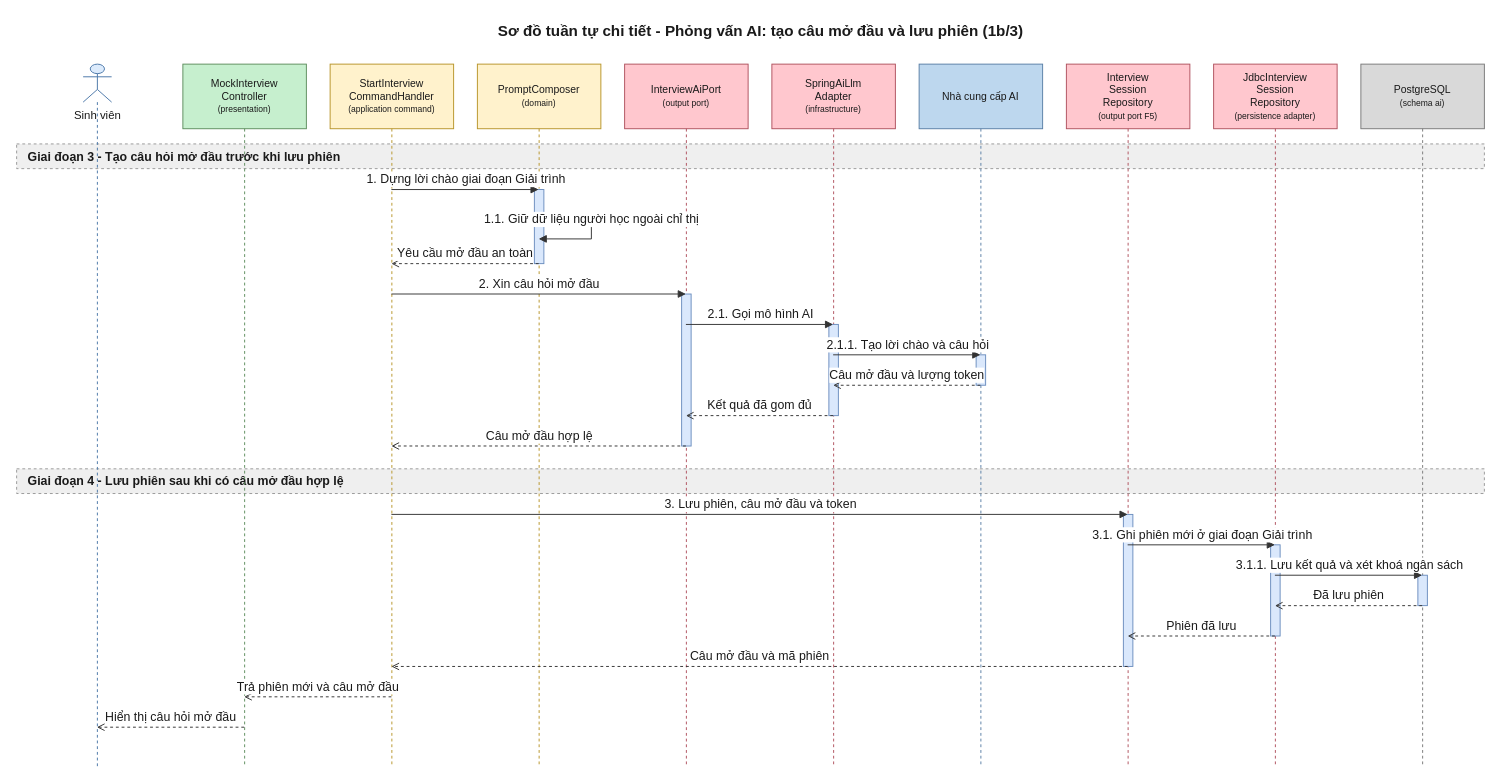
This is 08-diagram/sequence/user/sequence_user_phong_van_gia_lap_ai_p1b.drawio from daiphu1801/PRJ_ALGOPREP, a draw.io file, before an edit. Source tidied: cells renumbered, new cells numbered last; positions are measured from the earlier drawing's top-left corner, leaving out a move shared by most shapes. Both pictures are drawn from the tidied source at 95%, with x=0, y=0 at pixel (16, 16).
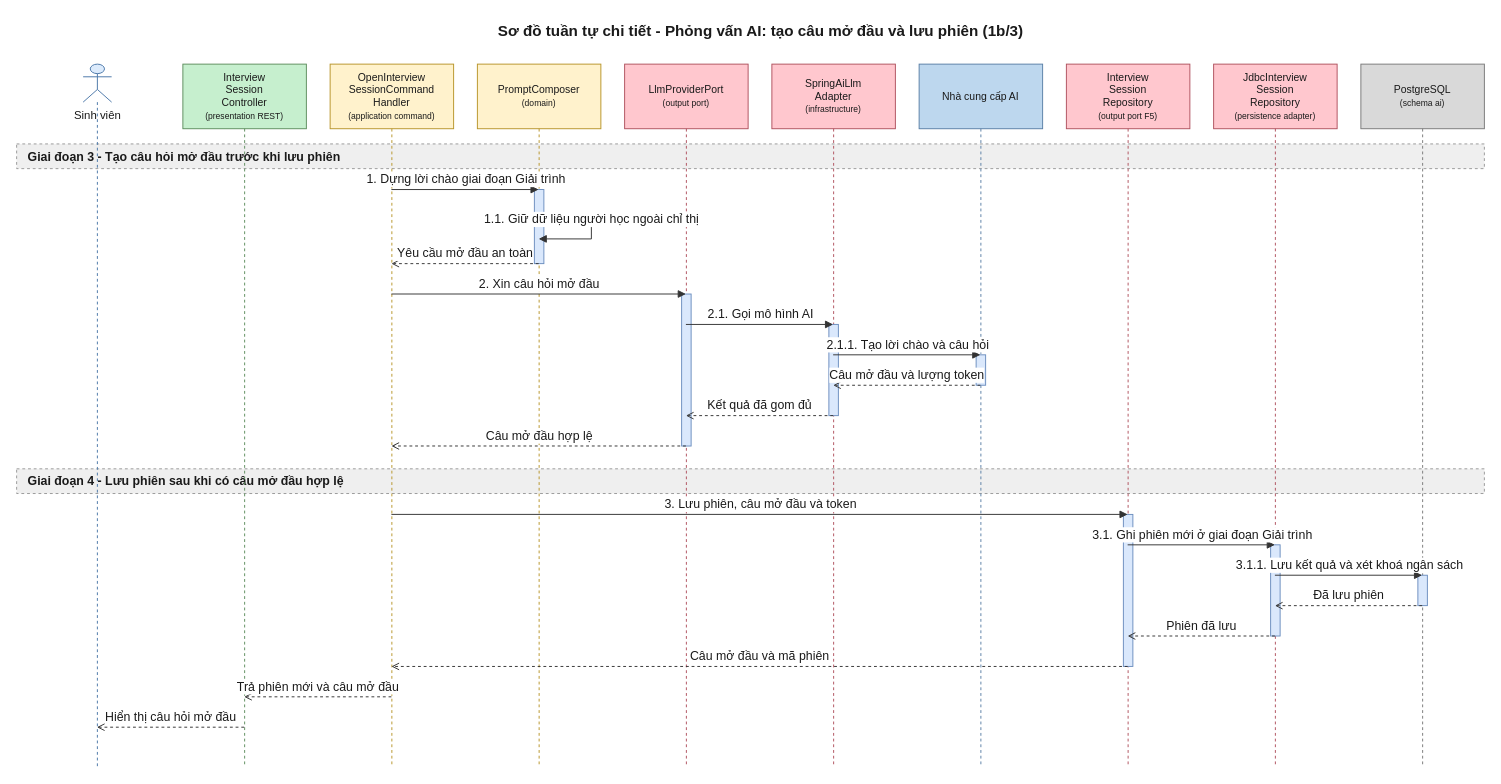
The same page after the edit.

What changed in the source:
```diff
@@
-    <mxCell id="6" value="MockInterview&lt;br&gt;Controller&lt;br&gt;&lt;font style=&quot;font-size:9px&quot;&gt;(presentation)&lt;/font&gt;" style="shape=umlLifeline;perimeter=lifelinePerimeter;whiteSpace=wrap;html=1;outlineConnect=0;size=68;fontSize=11;fillColor=#C6EFCE;strokeColor=#5E8E5E;fontColor=#1A1A1A;" parent="1" vertex="1">
+    <mxCell id="6" value="Interview&lt;br&gt;Session&lt;br&gt;Controller&lt;br&gt;&lt;font style=&quot;font-size:9px&quot;&gt;(presentation REST)&lt;/font&gt;" style="shape=umlLifeline;perimeter=lifelinePerimeter;whiteSpace=wrap;html=1;outlineConnect=0;size=68;fontSize=11;fillColor=#C6EFCE;strokeColor=#5E8E5E;fontColor=#1A1A1A;" parent="1" vertex="1">
       <mxGeometry x="175" y="50" width="130" height="740" as="geometry" />
     </mxCell>
-    <mxCell id="7" value="StartInterview&lt;br&gt;CommandHandler&lt;br&gt;&lt;font style=&quot;font-size:9px&quot;&gt;(application command)&lt;/font&gt;" style="shape=umlLifeline;perimeter=lifelinePerimeter;whiteSpace=wrap;html=1;outlineConnect=0;size=68;fontSize=11;fillColor=#FFF2CC;strokeColor=#B8952A;fontColor=#1A1A1A;" parent="1" vertex="1">
+    <mxCell id="7" value="OpenInterview&lt;br&gt;SessionCommand&lt;br&gt;Handler&lt;br&gt;&lt;font style=&quot;font-size:9px&quot;&gt;(application command)&lt;/font&gt;" style="shape=umlLifeline;perimeter=lifelinePerimeter;whiteSpace=wrap;html=1;outlineConnect=0;size=68;fontSize=11;fillColor=#FFF2CC;strokeColor=#B8952A;fontColor=#1A1A1A;" parent="1" vertex="1">
       <mxGeometry x="330" y="50" width="130" height="740" as="geometry" />
     </mxCell>
@@
-    <mxCell id="9" value="InterviewAiPort&lt;br&gt;&lt;font style=&quot;font-size:9px&quot;&gt;(output port)&lt;/font&gt;" style="shape=umlLifeline;perimeter=lifelinePerimeter;whiteSpace=wrap;html=1;outlineConnect=0;size=68;fontSize=11;fillColor=#FFC7CE;strokeColor=#B0525E;fontColor=#1A1A1A;" parent="1" vertex="1">
+    <mxCell id="9" value="LlmProviderPort&lt;br&gt;&lt;font style=&quot;font-size:9px&quot;&gt;(output port)&lt;/font&gt;" style="shape=umlLifeline;perimeter=lifelinePerimeter;whiteSpace=wrap;html=1;outlineConnect=0;size=68;fontSize=11;fillColor=#FFC7CE;strokeColor=#B0525E;fontColor=#1A1A1A;" parent="1" vertex="1">
       <mxGeometry x="640" y="50" width="130" height="740" as="geometry" />
     </mxCell>
```
